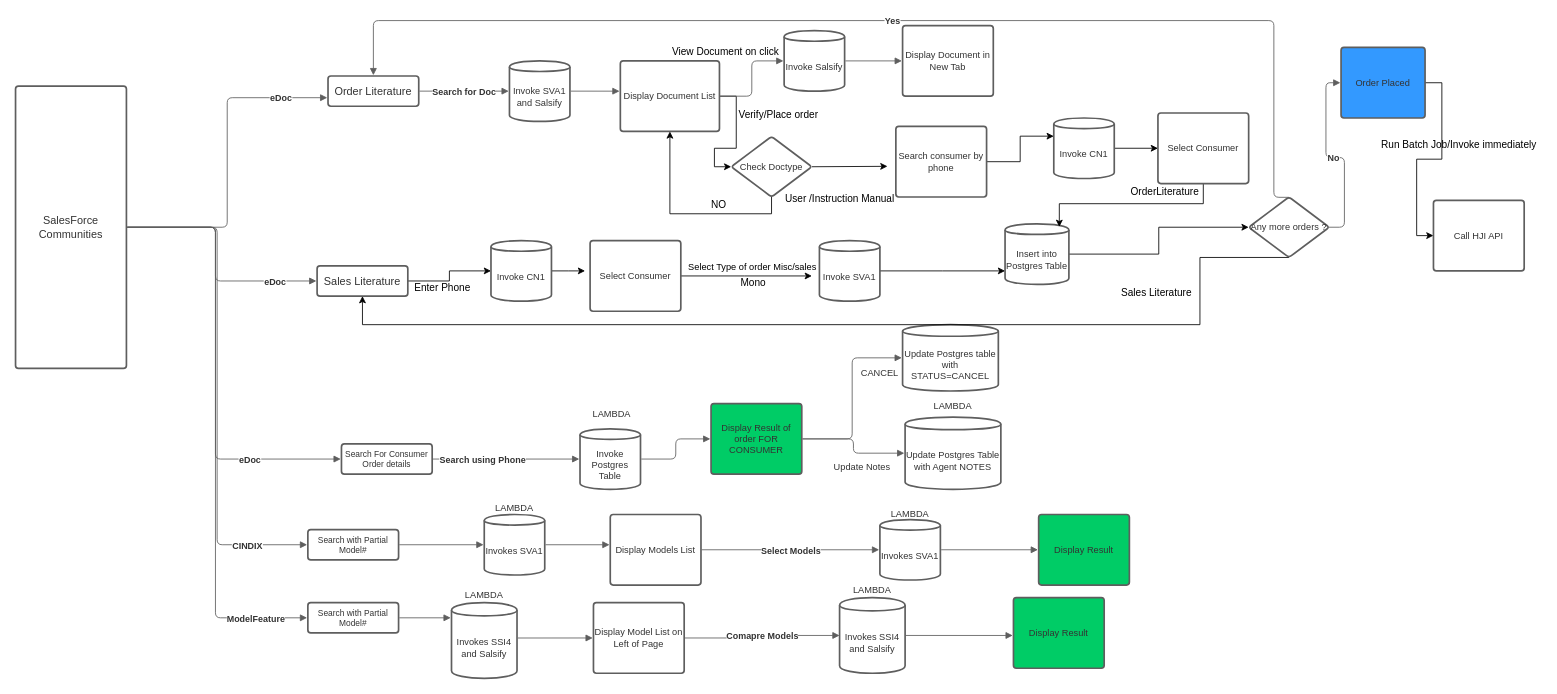
Earlier version of the draw.io diagram Untitled Diagram.drawio (MadhuriRao93/ivr-hdob). Source tidied: cells renumbered, new cells numbered last; positions are measured from the earlier drawing's top-left corner, leaving out a move shared by most shapes. Both pictures are drawn from the tidied source at 84%, with x=0, y=0 at pixel (15, 20).
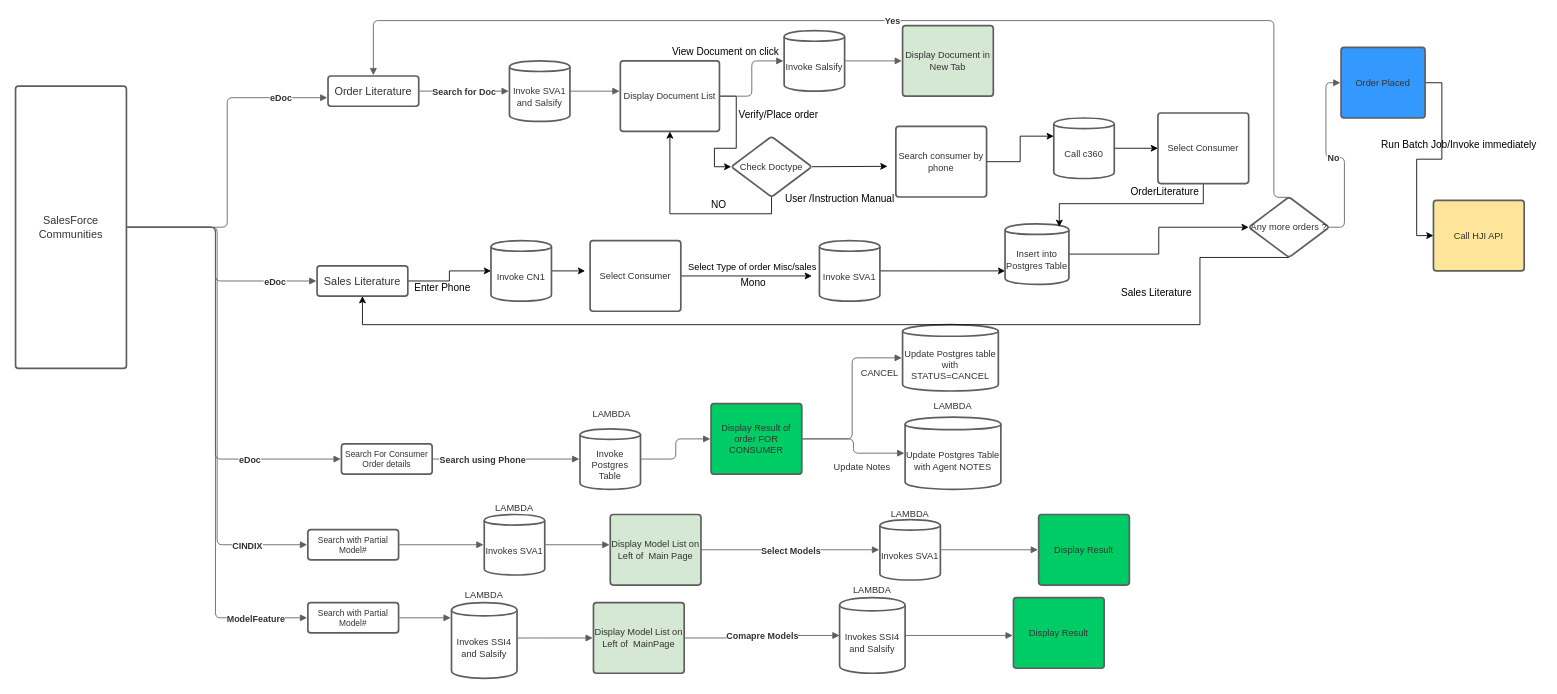
The same diagram, later.

The edit, as a diff of the source:
```diff
@@
-    <mxCell id="20" value="Display Models List" style="html=1;overflow=block;whiteSpace=wrap;whiteSpace=wrap;fontSize=11;fontColor=#333333;spacing=0;strokeColor=#5e5e5e;strokeOpacity=100;rounded=1;absoluteArcSize=1;arcSize=7;strokeWidth=2;" parent="1" vertex="1">
+    <mxCell id="20" value="Display Model List on Left of&amp;nbsp; Main Page" style="html=1;overflow=block;whiteSpace=wrap;whiteSpace=wrap;fontSize=11;fontColor=#333333;spacing=0;strokeColor=#5e5e5e;strokeOpacity=100;rounded=1;absoluteArcSize=1;arcSize=7;strokeWidth=2;fillColor=#D5E8D4;" parent="1" vertex="1">
       <mxGeometry x="708" y="588" width="108" height="84" as="geometry" />
     </mxCell>
@@
-    <mxCell id="26" value="Display Model List on Left of Page" style="html=1;overflow=block;whiteSpace=wrap;whiteSpace=wrap;fontSize=11;fontColor=#333333;spacing=0;strokeColor=#5e5e5e;strokeOpacity=100;rounded=1;absoluteArcSize=1;arcSize=7;strokeWidth=2;" parent="1" vertex="1">
+    <mxCell id="26" value="Display Model List on Left of&amp;nbsp; MainPage" style="html=1;overflow=block;whiteSpace=wrap;whiteSpace=wrap;fontSize=11;fontColor=#333333;spacing=0;strokeColor=#5e5e5e;strokeOpacity=100;rounded=1;absoluteArcSize=1;arcSize=7;strokeWidth=2;fillColor=#D5E8D4;" parent="1" vertex="1">
       <mxGeometry x="688" y="693" width="108" height="84" as="geometry" />
     </mxCell>
@@
-    <mxCell id="60" value="Display Document in New Tab " style="html=1;overflow=block;whiteSpace=wrap;whiteSpace=wrap;fontSize=11;fontColor=#333333;spacing=0;strokeColor=#5E5E5E;rounded=1;absoluteArcSize=1;arcSize=7;strokeWidth=2;" parent="1" vertex="1">
+    <mxCell id="60" value="Display Document in New Tab " style="html=1;overflow=block;whiteSpace=wrap;whiteSpace=wrap;fontSize=11;fontColor=#333333;spacing=0;strokeColor=#5E5E5E;rounded=1;absoluteArcSize=1;arcSize=7;strokeWidth=2;fillColor=#D5E8D4;" parent="1" vertex="1">
       <mxGeometry x="1056" y="6" width="108" height="84" as="geometry" />
     </mxCell>
@@
-    <mxCell id="69" value="Invoke CN1" style="html=1;overflow=block;whiteSpace=wrap;shape=cylinder;size=0.1;anchorPointDirection=0;boundedLbl=1;whiteSpace=wrap;fontSize=11;fontColor=#333333;spacing=3;strokeColor=#5e5e5e;strokeOpacity=100;rounded=1;absoluteArcSize=1;arcSize=7;strokeWidth=2;" parent="1" vertex="1">
+    <mxCell id="69" value="Call c360" style="html=1;overflow=block;whiteSpace=wrap;shape=cylinder;size=0.1;anchorPointDirection=0;boundedLbl=1;whiteSpace=wrap;fontSize=11;fontColor=#333333;spacing=3;strokeColor=#5e5e5e;strokeOpacity=100;rounded=1;absoluteArcSize=1;arcSize=7;strokeWidth=2;" parent="1" vertex="1">
       <mxGeometry x="1236" y="116" width="72" height="72" as="geometry" />
     </mxCell>
@@
-    <mxCell id="91" value="Call HJI API" style="html=1;overflow=block;whiteSpace=wrap;whiteSpace=wrap;fontSize=11;fontColor=#333333;spacing=0;strokeColor=#5E5E5E;rounded=1;absoluteArcSize=1;arcSize=7;strokeWidth=2;" parent="1" vertex="1">
+    <mxCell id="91" value="Call HJI API" style="html=1;overflow=block;whiteSpace=wrap;whiteSpace=wrap;fontSize=11;fontColor=#333333;spacing=0;strokeColor=#5E5E5E;rounded=1;absoluteArcSize=1;arcSize=7;strokeWidth=2;fillColor=#FFE599;" parent="1" vertex="1">
       <mxGeometry x="1688" y="214" width="108" height="84" as="geometry" />
     </mxCell>
```
